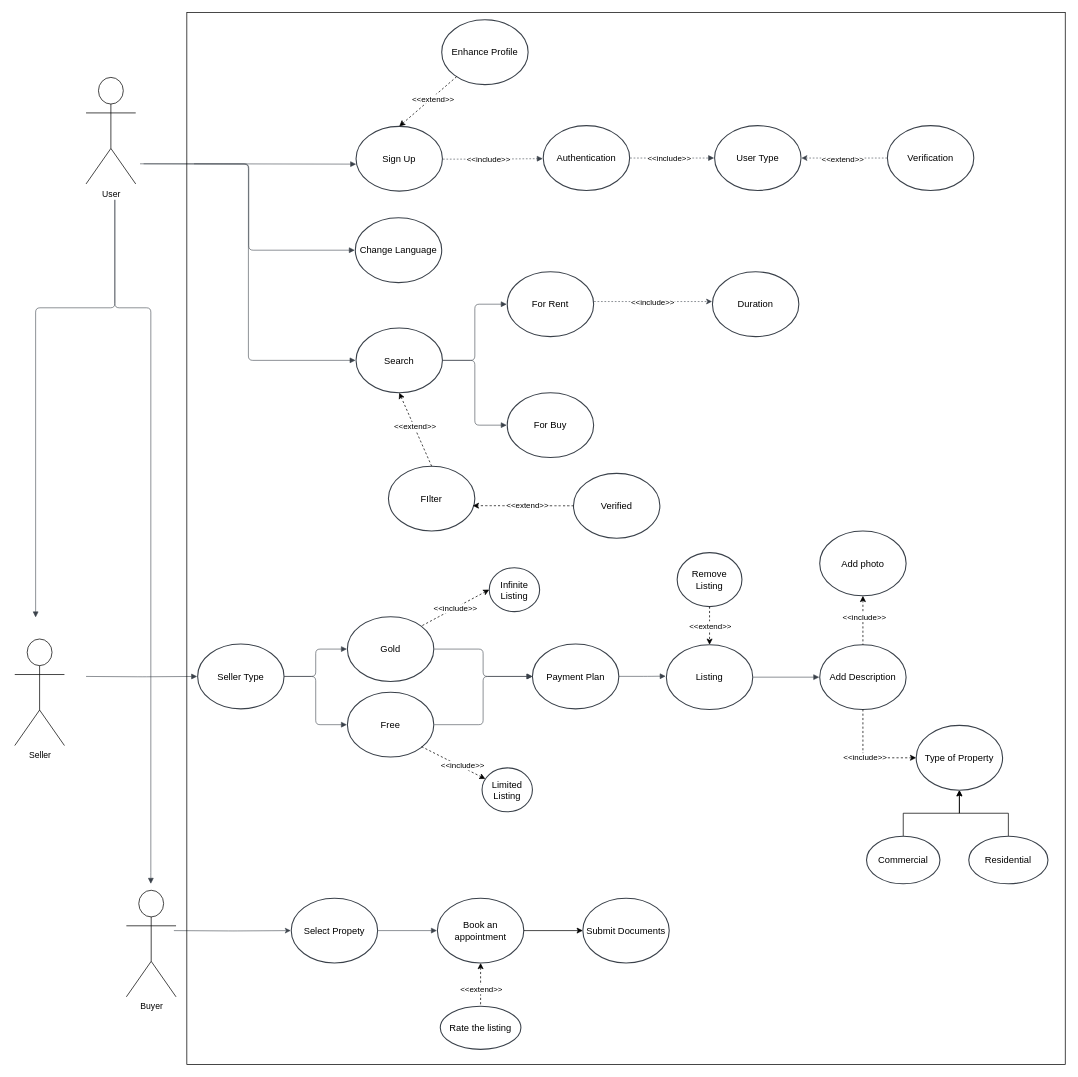
Th30utcast/Studio-Design-1 keeps this draw.io diagram as UML Diagrams/UML_Use_Case.drawio. Above is the earlier version. Source tidied: cells renumbered, new cells numbered last; positions are measured from the earlier drawing's top-left corner, leaving out a move shared by most shapes. Both pictures are drawn from the tidied source at 72%, with x=0, y=0 at pixel (14, 12).
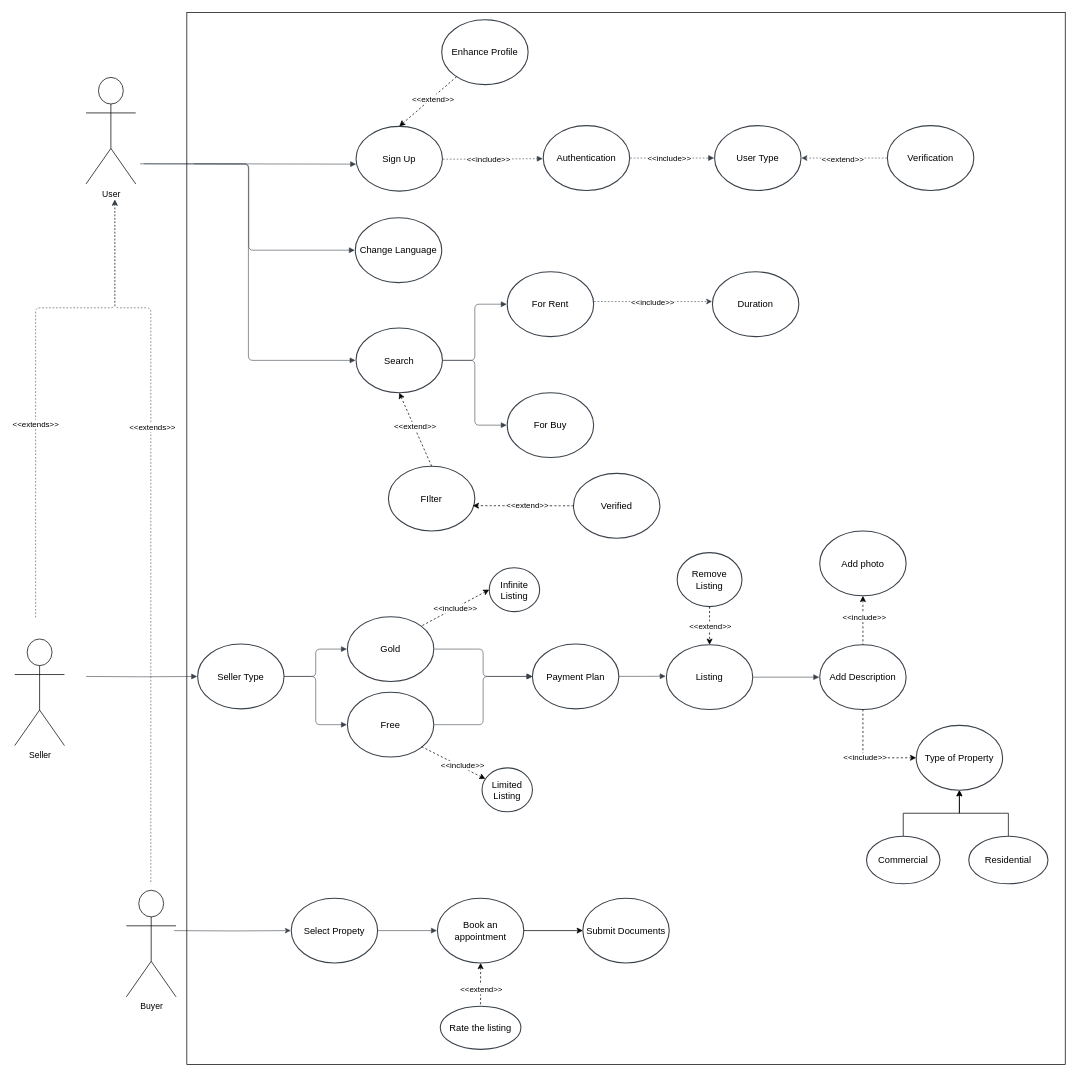
The same page after the edit.

Diff of the diagram source:
```diff
@@
-    <mxCell id="2" style="html=1;jettySize=18;whiteSpace=wrap;fontSize=13;strokeColor=#3a414a;strokeOpacity=100;strokeWidth=0.8;rounded=1;arcSize=12;edgeStyle=orthogonalEdgeStyle;startArrow=none;endArrow=block;endFill=1;lucidId=T_1NcUHb7CAU;" parent="1" edge="1">
+    <mxCell id="2" style="html=1;jettySize=18;whiteSpace=wrap;fontSize=13;strokeColor=#3a414a;strokeOpacity=100;strokeWidth=0.8;rounded=1;arcSize=12;edgeStyle=orthogonalEdgeStyle;startArrow=classic;endArrow=none;endFill=1;lucidId=T_1NcUHb7CAU;startFill=1;dashed=1;" parent="1" edge="1">
       <mxGeometry relative="1" as="geometry">
         <mxPoint x="139" y="260" as="sourcePoint" />
         <mxPoint x="189" y="1210" as="targetPoint" />
         <Array as="points">
           <mxPoint x="139" y="410" />
           <mxPoint x="189" y="410" />
           <mxPoint x="189" y="1200" />
         </Array>
       </mxGeometry>
     </mxCell>
+    <mxCell id="79" value="&amp;lt;&amp;lt;extends&amp;gt;&amp;gt;" style="edgeLabel;html=1;align=center;verticalAlign=middle;" parent="2" vertex="1">
+      <mxGeometry x="-0.27" y="1" relative="1" as="geometry" />
+    </mxCell>
@@
-    <mxCell id="75" style="html=1;jettySize=18;whiteSpace=wrap;fontSize=13;strokeColor=#3a414a;strokeOpacity=100;strokeWidth=0.8;rounded=1;arcSize=12;edgeStyle=orthogonalEdgeStyle;startArrow=none;endArrow=block;endFill=1;lucidId=T_1NcUHb7CAU;" parent="1" edge="1">
+    <mxCell id="75" style="html=1;jettySize=18;whiteSpace=wrap;fontSize=13;strokeColor=#3a414a;strokeOpacity=100;strokeWidth=0.8;rounded=1;arcSize=12;edgeStyle=orthogonalEdgeStyle;startArrow=classic;endArrow=none;endFill=1;lucidId=T_1NcUHb7CAU;startFill=1;dashed=1;" parent="1" edge="1">
       <mxGeometry relative="1" as="geometry">
         <mxPoint x="139" y="260" as="sourcePoint" />
         <mxPoint x="29" y="840" as="targetPoint" />
         <Array as="points">
           <mxPoint x="139" y="410" />
           <mxPoint x="29" y="410" />
         </Array>
       </mxGeometry>
     </mxCell>
+    <mxCell id="80" value="&amp;lt;&amp;lt;extends&amp;gt;&amp;gt;" style="edgeLabel;html=1;align=center;verticalAlign=middle;" parent="75" vertex="1">
+      <mxGeometry x="0.22" y="-1" relative="1" as="geometry" />
+    </mxCell>
```
